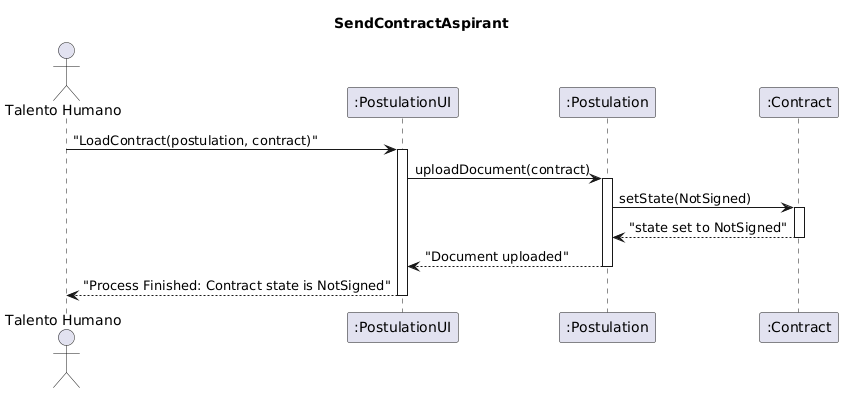
Above: sendContractToAspirant/SendContractAspirant.png in RenDiego07/SequenceDiagram-ESPOTEL (PlantUML), before the change. Source of this version:
```plantuml
@startuml
Title SendContractAspirant

actor "Talento Humano" as TH

participant ":PostulationUI" as UI
participant ":Postulation" as Postulation
participant ":Contract" as Contract

TH -> UI: "LoadContract(postulation, contract)"
activate UI

UI -> Postulation: uploadDocument(contract)
activate Postulation

Postulation -> Contract: setState(NotSigned)
activate Contract
Contract --> Postulation: "state set to NotSigned"
deactivate Contract

Postulation --> UI: "Document uploaded"
deactivate Postulation

UI --> TH: "Process Finished: Contract state is NotSigned"
deactivate UI
@enduml
```
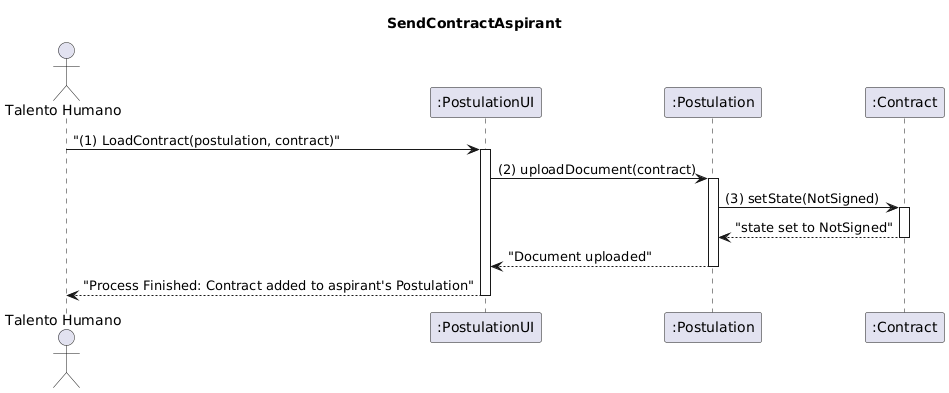
Later version of the same file.

The edit, as a diff of the source:
```diff
@@ -7,13 +7,13 @@
 participant ":Postulation" as Postulation
 participant ":Contract" as Contract
 
-TH -> UI: "LoadContract(postulation, contract)"
+TH -> UI: "(1) LoadContract(postulation, contract)"
 activate UI
 
-UI -> Postulation: uploadDocument(contract)
+UI -> Postulation: (2) uploadDocument(contract)
 activate Postulation
 
-Postulation -> Contract: setState(NotSigned)
+Postulation -> Contract: (3) setState(NotSigned)
 activate Contract
 Contract --> Postulation: "state set to NotSigned"
 deactivate Contract
@@ -21,6 +21,6 @@
 Postulation --> UI: "Document uploaded"
 deactivate Postulation
 
-UI --> TH: "Process Finished: Contract state is NotSigned"
+UI --> TH: "Process Finished: Contract added to aspirant's Postulation"
 deactivate UI
 @enduml
```
